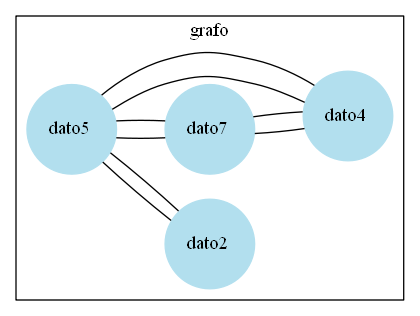
jorsala1/EjemplosEDD keeps this Graphviz diagram as Ejemplo grafo - go/grafo/GraficaPila.png. Above is the earlier version. Its source is kept beside it as Ejemplo grafo - go/grafo/GraficaPila.dot.
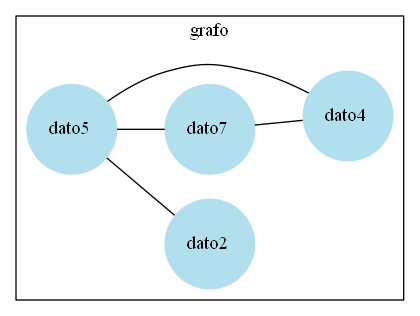
After the commit.

Commit message:
correccion imagen grafo

What changed in the source:
```diff
@@ -8,11 +8,7 @@
 n4[label="dato4 "]
 n5 -- n2
 n5 -- n7
-n5 -- n4
-n2 -- n5
-n7 -- n5
 n7 -- n4
-n4 -- n7
 n4 -- n5
 label = "grafo";
 }
```
